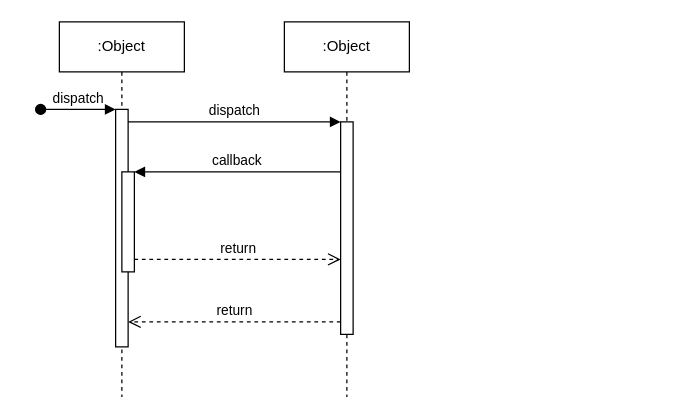
Before: 未命名绘图.drawio in JimmyZzzzz/drawIO, a draw.io diagram. Source tidied: cells renumbered, new cells numbered last; positions are measured from the earlier drawing's top-left corner, leaving out a move shared by most shapes. Both pictures are drawn from the tidied source at 125%, with x=0, y=0 at pixel (40, 21).
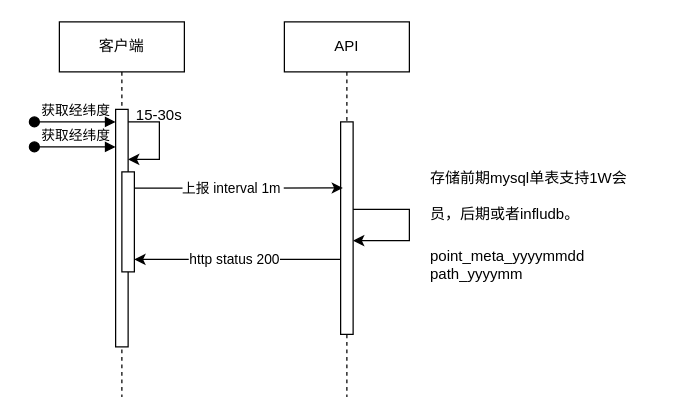
Above is the later version.

The edit, as a diff of the source:
```diff
@@
-    <mxCell id="2" value=":Object" style="shape=umlLifeline;perimeter=lifelinePerimeter;whiteSpace=wrap;html=1;newEdgeStyle={&quot;edgeStyle&quot;:&quot;elbowEdgeStyle&quot;,&quot;elbow&quot;:&quot;vertical&quot;,&quot;curved&quot;:0,&quot;rounded&quot;:0};" parent="1" vertex="1">
+    <mxCell id="2" value="客户端" style="shape=umlLifeline;perimeter=lifelinePerimeter;whiteSpace=wrap;html=1;newEdgeStyle={&quot;edgeStyle&quot;:&quot;elbowEdgeStyle&quot;,&quot;elbow&quot;:&quot;vertical&quot;,&quot;curved&quot;:0,&quot;rounded&quot;:0};labelBackgroundColor=none;" parent="1" vertex="1">
       <mxGeometry x="15" width="100" height="300" as="geometry" />
     </mxCell>
-    <mxCell id="3" style="html=1;points=[];perimeter=orthogonalPerimeter;outlineConnect=0;targetShapes=umlLifeline;portConstraint=eastwest;newEdgeStyle={&quot;edgeStyle&quot;:&quot;elbowEdgeStyle&quot;,&quot;elbow&quot;:&quot;vertical&quot;,&quot;curved&quot;:0,&quot;rounded&quot;:0};" parent="2" vertex="1">
+    <mxCell id="3" style="html=1;points=[];perimeter=orthogonalPerimeter;outlineConnect=0;targetShapes=umlLifeline;portConstraint=eastwest;newEdgeStyle={&quot;edgeStyle&quot;:&quot;elbowEdgeStyle&quot;,&quot;elbow&quot;:&quot;vertical&quot;,&quot;curved&quot;:0,&quot;rounded&quot;:0};labelBackgroundColor=none;" parent="2" vertex="1">
       <mxGeometry x="45" y="70" width="10" height="190" as="geometry" />
     </mxCell>
-    <mxCell id="4" value="dispatch" style="html=1;verticalAlign=bottom;startArrow=oval;endArrow=block;startSize=8;edgeStyle=elbowEdgeStyle;elbow=vertical;curved=0;rounded=0;" parent="2" edge="1" target="3">
+    <mxCell id="4" value="获取经纬度" style="html=1;verticalAlign=bottom;startArrow=oval;endArrow=block;startSize=8;edgeStyle=elbowEdgeStyle;elbow=vertical;curved=0;rounded=0;labelBackgroundColor=none;fontColor=default;" parent="2" edge="1" target="3">
       <mxGeometry relative="1" as="geometry">
-        <mxPoint x="-15" y="70" as="sourcePoint" />
+        <mxPoint x="-20" y="80" as="sourcePoint" />
+        <Array as="points">
+          <mxPoint x="10" y="80" />
+        </Array>
       </mxGeometry>
     </mxCell>
-    <mxCell id="5" style="html=1;points=[];perimeter=orthogonalPerimeter;outlineConnect=0;targetShapes=umlLifeline;portConstraint=eastwest;newEdgeStyle={&quot;edgeStyle&quot;:&quot;elbowEdgeStyle&quot;,&quot;elbow&quot;:&quot;vertical&quot;,&quot;curved&quot;:0,&quot;rounded&quot;:0};" parent="2" vertex="1">
+    <mxCell id="5" style="html=1;points=[];perimeter=orthogonalPerimeter;outlineConnect=0;targetShapes=umlLifeline;portConstraint=eastwest;newEdgeStyle={&quot;edgeStyle&quot;:&quot;elbowEdgeStyle&quot;,&quot;elbow&quot;:&quot;vertical&quot;,&quot;curved&quot;:0,&quot;rounded&quot;:0};labelBackgroundColor=none;" parent="2" vertex="1">
       <mxGeometry x="50" y="120" width="10" height="80" as="geometry" />
     </mxCell>
+    <mxCell id="12" style="curved=0;endArrow=classic;html=1;rounded=0;" parent="2" edge="1" source="3" target="3">
+      <mxGeometry relative="1" as="geometry">
+        <Array as="points">
+          <mxPoint x="80" y="80" />
+          <mxPoint x="80" y="110" />
+        </Array>
+      </mxGeometry>
+    </mxCell>
-    <mxCell id="6" value=":Object" style="shape=umlLifeline;perimeter=lifelinePerimeter;whiteSpace=wrap;html=1;newEdgeStyle={&quot;edgeStyle&quot;:&quot;elbowEdgeStyle&quot;,&quot;elbow&quot;:&quot;vertical&quot;,&quot;curved&quot;:0,&quot;rounded&quot;:0};" parent="1" vertex="1">
+    <mxCell id="6" value="API" style="shape=umlLifeline;perimeter=lifelinePerimeter;whiteSpace=wrap;html=1;newEdgeStyle={&quot;edgeStyle&quot;:&quot;elbowEdgeStyle&quot;,&quot;elbow&quot;:&quot;vertical&quot;,&quot;curved&quot;:0,&quot;rounded&quot;:0};labelBackgroundColor=none;" parent="1" vertex="1">
       <mxGeometry x="195" width="100" height="300" as="geometry" />
     </mxCell>
-    <mxCell id="7" style="html=1;points=[];perimeter=orthogonalPerimeter;outlineConnect=0;targetShapes=umlLifeline;portConstraint=eastwest;newEdgeStyle={&quot;edgeStyle&quot;:&quot;elbowEdgeStyle&quot;,&quot;elbow&quot;:&quot;vertical&quot;,&quot;curved&quot;:0,&quot;rounded&quot;:0};" parent="6" vertex="1">
+    <mxCell id="7" style="html=1;points=[];perimeter=orthogonalPerimeter;outlineConnect=0;targetShapes=umlLifeline;portConstraint=eastwest;newEdgeStyle={&quot;edgeStyle&quot;:&quot;elbowEdgeStyle&quot;,&quot;elbow&quot;:&quot;vertical&quot;,&quot;curved&quot;:0,&quot;rounded&quot;:0};labelBackgroundColor=none;" parent="6" vertex="1">
       <mxGeometry x="45" y="80" width="10" height="170" as="geometry" />
     </mxCell>
-    <mxCell id="8" value="dispatch" style="html=1;verticalAlign=bottom;endArrow=block;edgeStyle=elbowEdgeStyle;elbow=vertical;curved=0;rounded=0;" parent="1" edge="1" source="3" target="7">
-      <mxGeometry relative="1" as="geometry">
-        <Array as="points">
-          <mxPoint x="155" y="80" />
-        </Array>
-      </mxGeometry>
-    </mxCell>
-    <mxCell id="9" value="return" style="html=1;verticalAlign=bottom;endArrow=open;dashed=1;endSize=8;edgeStyle=elbowEdgeStyle;elbow=vertical;curved=0;rounded=0;" parent="1" edge="1" source="7" target="3">
-      <mxGeometry relative="1" as="geometry">
-        <Array as="points">
-          <mxPoint x="165" y="240" />
-        </Array>
-      </mxGeometry>
-    </mxCell>
-    <mxCell id="10" value="callback" style="html=1;verticalAlign=bottom;endArrow=block;edgeStyle=elbowEdgeStyle;elbow=vertical;curved=0;rounded=0;" parent="1" edge="1" source="7" target="5">
-      <mxGeometry relative="1" as="geometry">
-        <Array as="points">
-          <mxPoint x="165" y="120" />
-        </Array>
-      </mxGeometry>
-    </mxCell>
-    <mxCell id="11" value="return" style="html=1;verticalAlign=bottom;endArrow=open;dashed=1;endSize=8;edgeStyle=elbowEdgeStyle;elbow=vertical;curved=0;rounded=0;" parent="1" edge="1" source="5" target="7">
-      <mxGeometry relative="1" as="geometry">
-        <Array as="points">
-          <mxPoint x="155" y="190" />
-        </Array>
-      </mxGeometry>
-    </mxCell>
+    <mxCell id="13" style="curved=0;endArrow=classic;html=1;rounded=0;" parent="6" edge="1" source="7" target="7">
+      <mxGeometry relative="1" as="geometry">
+        <Array as="points">
+          <mxPoint x="100" y="150" />
+          <mxPoint x="100" y="175" />
+        </Array>
+      </mxGeometry>
+    </mxCell>
+    <mxCell id="14" value="获取经纬度" style="html=1;verticalAlign=bottom;startArrow=oval;endArrow=block;startSize=8;edgeStyle=elbowEdgeStyle;elbow=vertical;curved=0;rounded=0;labelBackgroundColor=none;fontColor=default;" parent="1" edge="1">
+      <mxGeometry relative="1" as="geometry">
+        <mxPoint x="-5" y="100" as="sourcePoint" />
+        <mxPoint x="60" y="100" as="targetPoint" />
+      </mxGeometry>
+    </mxCell>
+    <mxCell id="15" value="15-30s" style="text;html=1;align=center;verticalAlign=middle;whiteSpace=wrap;rounded=0;" parent="1" vertex="1">
+      <mxGeometry x="75" y="70" width="40" height="10" as="geometry" />
+    </mxCell>
+    <mxCell id="16" style="endArrow=classic;html=1;rounded=0;entryX=0.179;entryY=0.311;entryDx=0;entryDy=0;entryPerimeter=0;" parent="1" edge="1" target="7">
+      <mxGeometry relative="1" as="geometry">
+        <mxPoint x="75" y="133" as="sourcePoint" />
+      </mxGeometry>
+    </mxCell>
+    <mxCell id="17" value="上报 interval 1m&amp;nbsp;" style="edgeLabel;html=1;align=center;verticalAlign=middle;" parent="16" vertex="1">
+      <mxGeometry x="-0.05" relative="1" as="geometry" />
+    </mxCell>
+    <mxCell id="18" style="endArrow=classic;html=1;rounded=0;" parent="1" edge="1">
+      <mxGeometry relative="1" as="geometry">
+        <mxPoint x="240" y="190" as="sourcePoint" />
+        <mxPoint x="75" y="190" as="targetPoint" />
+      </mxGeometry>
+    </mxCell>
+    <mxCell id="19" value="http status 200" style="edgeLabel;html=1;align=center;verticalAlign=middle;" parent="18" vertex="1">
+      <mxGeometry x="0.04" y="-1" relative="1" as="geometry" />
+    </mxCell>
+    <mxCell id="20" value="&lt;h1 style=&quot;margin-top: 0px;&quot;&gt;&lt;span style=&quot;font-size: 12px; font-weight: 400;&quot;&gt;存储前期mysql单表支持1W会员，后期或者infludb。&lt;/span&gt;&lt;/h1&gt;&lt;div&gt;point_meta_yyyymmdd&amp;nbsp;&lt;/div&gt;&lt;div&gt;path_yyyymm&lt;/div&gt;&lt;div&gt;&lt;br&gt;&lt;/div&gt;" style="text;html=1;whiteSpace=wrap;overflow=hidden;rounded=0;" parent="1" vertex="1">
+      <mxGeometry x="310" y="100" width="180" height="120" as="geometry" />
+    </mxCell>
```
